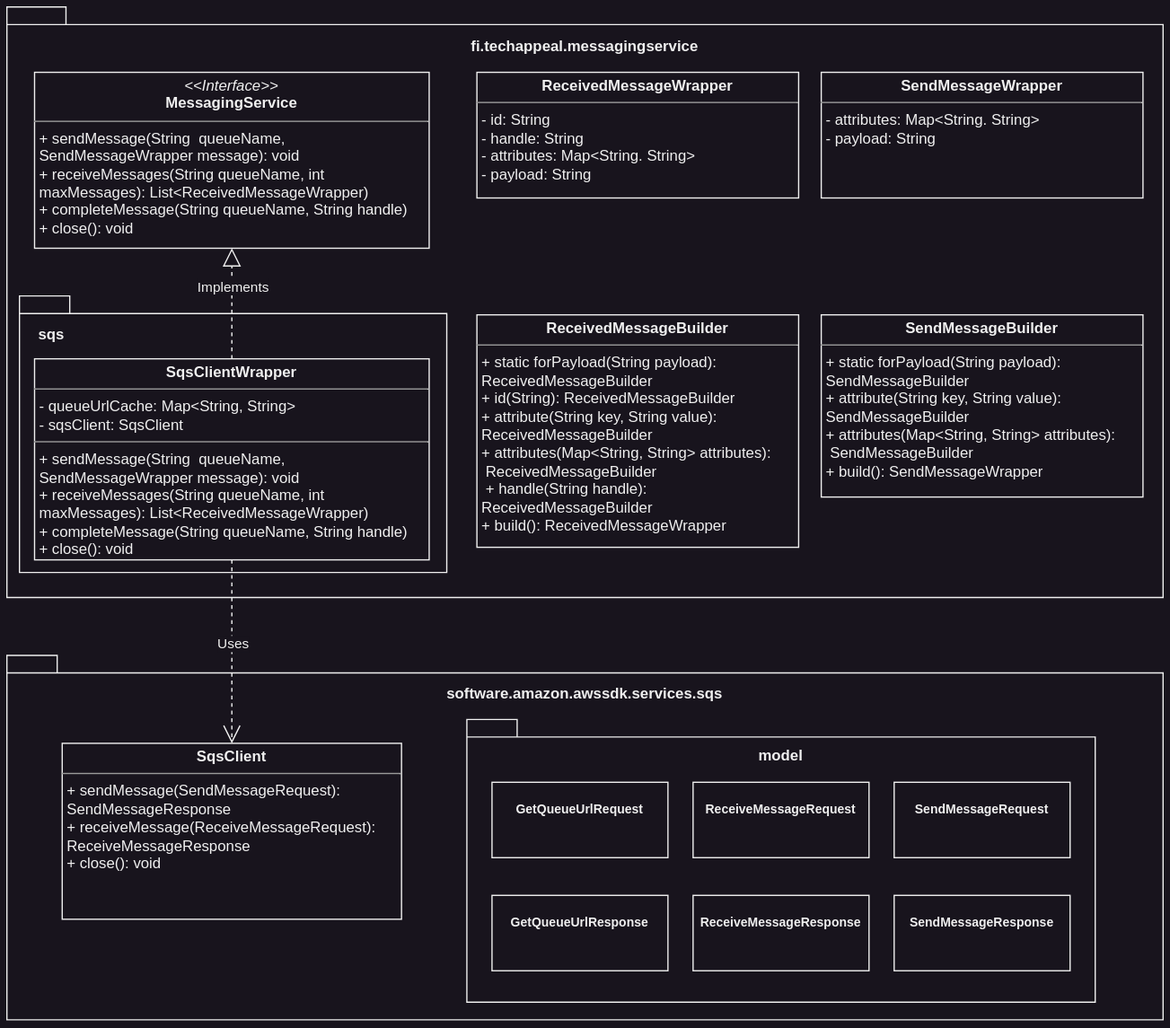
This is assets/class_diagram.svg from lampsa/messaging-service, a draw.io export, as it was before one commit. Source tidied: cells renumbered, new cells last; positions are measured from the earlier drawing's top-left corner, leaving out a move shared by most shapes.
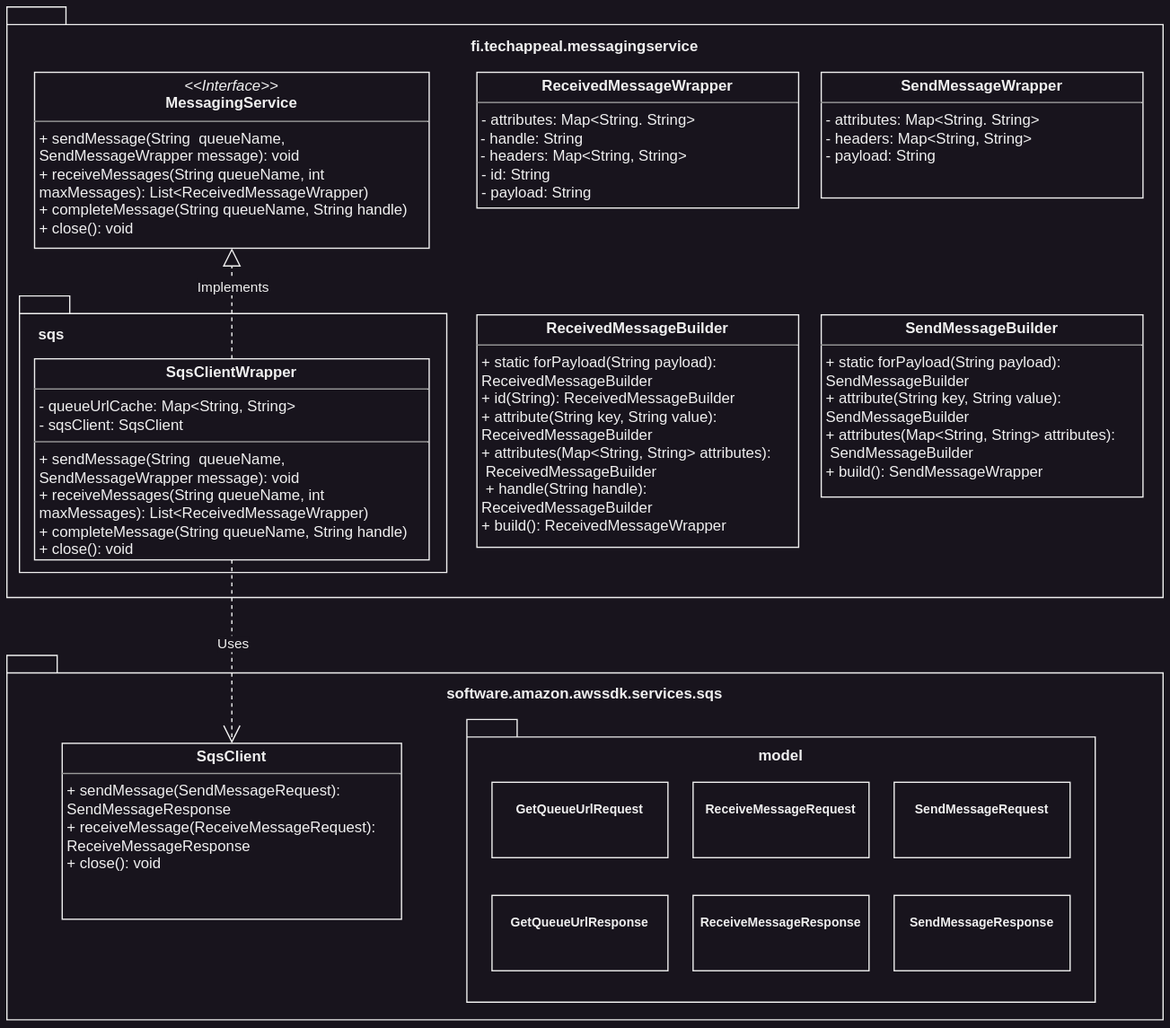
After the change.

Change to the diagram source:
```diff
@@ -35,8 +35,8 @@
     <mxCell id="12" value="&lt;p style=&quot;margin: 4px 0px 0px; text-align: center; font-size: 10px;&quot;&gt;&lt;br style=&quot;font-size: 10px;&quot;&gt;&lt;b style=&quot;font-size: 10px;&quot;&gt;SendMessageResponse&lt;/b&gt;&lt;/p&gt;" style="verticalAlign=top;align=left;overflow=fill;fontSize=10;fontFamily=Helvetica;html=1;whiteSpace=wrap;" parent="1" vertex="1">
       <mxGeometry x="706" y="707" width="140" height="60" as="geometry" />
     </mxCell>
-    <mxCell id="13" value="&lt;p style=&quot;margin:0px;margin-top:4px;text-align:center;&quot;&gt;&lt;b&gt;ReceivedMessageWrapper&lt;/b&gt;&lt;/p&gt;&lt;hr size=&quot;1&quot;&gt;&lt;p style=&quot;margin:0px;margin-left:4px;&quot;&gt;- id: String&lt;/p&gt;&lt;p style=&quot;margin:0px;margin-left:4px;&quot;&gt;- handle: String&lt;/p&gt;&lt;p style=&quot;margin:0px;margin-left:4px;&quot;&gt;- attributes: Map&amp;lt;String. String&amp;gt;&lt;/p&gt;&lt;p style=&quot;margin:0px;margin-left:4px;&quot;&gt;- payload: String&lt;/p&gt;&lt;p style=&quot;margin:0px;margin-left:4px;&quot;&gt;&lt;br&gt;&lt;/p&gt;" style="verticalAlign=top;align=left;overflow=fill;fontSize=12;fontFamily=Helvetica;html=1;whiteSpace=wrap;" parent="1" vertex="1">
-      <mxGeometry x="374" y="52" width="256" height="100" as="geometry" />
+    <mxCell id="13" value="&lt;p style=&quot;margin:0px;margin-top:4px;text-align:center;&quot;&gt;&lt;b&gt;ReceivedMessageWrapper&lt;/b&gt;&lt;/p&gt;&lt;hr size=&quot;1&quot;&gt;&lt;p style=&quot;margin: 0px 0px 0px 4px;&quot;&gt;- attributes: Map&amp;lt;String. String&amp;gt;&lt;/p&gt;&lt;div&gt;&amp;nbsp;- handle: String&lt;br&gt;&lt;/div&gt;&lt;div&gt;&amp;nbsp;- headers: Map&amp;lt;String, String&amp;gt;&lt;/div&gt;&lt;p style=&quot;margin:0px;margin-left:4px;&quot;&gt;- id: String&lt;/p&gt;&lt;p style=&quot;margin:0px;margin-left:4px;&quot;&gt;&lt;span style=&quot;background-color: initial;&quot;&gt;- payload: String&lt;/span&gt;&lt;br&gt;&lt;/p&gt;&lt;p style=&quot;margin:0px;margin-left:4px;&quot;&gt;&lt;br&gt;&lt;/p&gt;" style="verticalAlign=top;align=left;overflow=fill;fontSize=12;fontFamily=Helvetica;html=1;whiteSpace=wrap;" parent="1" vertex="1">
+      <mxGeometry x="374" y="52" width="256" height="108" as="geometry" />
     </mxCell>
     <mxCell id="14" value="sqs" style="shape=folder;fontStyle=1;spacingTop=0;tabWidth=40;tabHeight=14;tabPosition=left;html=1;labelPosition=left;verticalLabelPosition=top;align=right;verticalAlign=bottom;spacingLeft=0;spacingBottom=-38;spacing=0;spacingRight=-35;" parent="1" vertex="1">
       <mxGeometry x="10" y="230" width="340" height="220" as="geometry" />
@@ -58,7 +58,7 @@
     <mxCell id="19" value="&lt;p style=&quot;margin:0px;margin-top:4px;text-align:center;&quot;&gt;&lt;b&gt;SendMessageBuilder&lt;/b&gt;&lt;/p&gt;&lt;hr size=&quot;1&quot;&gt;&lt;p style=&quot;margin: 0px 0px 0px 4px;&quot;&gt;+ static forPayload(String payload):&amp;nbsp;&lt;/p&gt;&lt;p style=&quot;margin:0px;margin-left:4px;&quot;&gt;SendMessageBuilder&lt;br&gt;&lt;/p&gt;&lt;p style=&quot;margin: 0px 0px 0px 4px;&quot;&gt;+ attribute(String key, String value):&amp;nbsp;&lt;/p&gt;&lt;p style=&quot;margin:0px;margin-left:4px;&quot;&gt;SendMessageBuilder&lt;/p&gt;&lt;p style=&quot;margin: 0px 0px 0px 4px;&quot;&gt;+ attributes(Map&amp;lt;String, String&amp;gt; attributes):&amp;nbsp;&lt;/p&gt;&lt;p style=&quot;margin:0px;margin-left:4px;&quot;&gt;&amp;nbsp;SendMessageBuilder&lt;br&gt;&lt;/p&gt;&lt;p style=&quot;margin:0px;margin-left:4px;&quot;&gt;+ build(): SendMessageWrapper&lt;/p&gt;" style="verticalAlign=top;align=left;overflow=fill;fontSize=12;fontFamily=Helvetica;html=1;whiteSpace=wrap;" parent="1" vertex="1">
       <mxGeometry x="648" y="245" width="256" height="145" as="geometry" />
     </mxCell>
-    <mxCell id="20" value="&lt;p style=&quot;margin:0px;margin-top:4px;text-align:center;&quot;&gt;&lt;b&gt;SendMessageWrapper&lt;/b&gt;&lt;/p&gt;&lt;hr size=&quot;1&quot;&gt;&lt;p style=&quot;margin:0px;margin-left:4px;&quot;&gt;&lt;span style=&quot;background-color: initial;&quot;&gt;- attributes: Map&amp;lt;String. String&amp;gt;&lt;/span&gt;&lt;br&gt;&lt;/p&gt;&lt;p style=&quot;margin:0px;margin-left:4px;&quot;&gt;- payload: String&lt;/p&gt;&lt;p style=&quot;margin:0px;margin-left:4px;&quot;&gt;&lt;br&gt;&lt;/p&gt;" style="verticalAlign=top;align=left;overflow=fill;fontSize=12;fontFamily=Helvetica;html=1;whiteSpace=wrap;" parent="1" vertex="1">
+    <mxCell id="20" value="&lt;p style=&quot;margin:0px;margin-top:4px;text-align:center;&quot;&gt;&lt;b&gt;SendMessageWrapper&lt;/b&gt;&lt;/p&gt;&lt;hr size=&quot;1&quot;&gt;&lt;p style=&quot;margin:0px;margin-left:4px;&quot;&gt;&lt;span style=&quot;background-color: initial;&quot;&gt;- attributes: Map&amp;lt;String. String&amp;gt;&lt;/span&gt;&lt;br&gt;&lt;/p&gt;&lt;p style=&quot;margin:0px;margin-left:4px;&quot;&gt;&lt;span style=&quot;background-color: initial;&quot;&gt;- headers: Map&amp;lt;String, String&amp;gt;&lt;/span&gt;&lt;/p&gt;&lt;p style=&quot;margin:0px;margin-left:4px;&quot;&gt;- payload: String&lt;/p&gt;&lt;p style=&quot;margin:0px;margin-left:4px;&quot;&gt;&lt;br&gt;&lt;/p&gt;" style="verticalAlign=top;align=left;overflow=fill;fontSize=12;fontFamily=Helvetica;html=1;whiteSpace=wrap;" parent="1" vertex="1">
       <mxGeometry x="648" y="52" width="256" height="100" as="geometry" />
     </mxCell>
     <mxCell id="21" value="&lt;p style=&quot;margin:0px;margin-top:4px;text-align:center;&quot;&gt;&lt;b&gt;ReceivedMessageBuilder&lt;/b&gt;&lt;/p&gt;&lt;hr size=&quot;1&quot;&gt;&lt;p style=&quot;margin: 0px 0px 0px 4px;&quot;&gt;+ static forPayload(String payload):&amp;nbsp;&lt;/p&gt;&lt;p style=&quot;margin: 0px 0px 0px 4px;&quot;&gt;ReceivedMessageBuilder&lt;/p&gt;&lt;p style=&quot;margin: 0px 0px 0px 4px;&quot;&gt;+ id(String): ReceivedMessageBuilder&lt;/p&gt;&lt;p style=&quot;margin: 0px 0px 0px 4px;&quot;&gt;+ attribute(String key, String value):&amp;nbsp;&lt;/p&gt;&lt;p style=&quot;margin: 0px 0px 0px 4px;&quot;&gt;ReceivedMessageBuilder&lt;/p&gt;&lt;p style=&quot;margin: 0px 0px 0px 4px;&quot;&gt;+ attributes(Map&amp;lt;String, String&amp;gt; attributes):&amp;nbsp;&lt;/p&gt;&lt;p style=&quot;margin: 0px 0px 0px 4px;&quot;&gt;&amp;nbsp;ReceivedMessageBuilder&lt;br&gt;&amp;nbsp;+ handle(String handle): ReceivedMessageBuilder&lt;br&gt;&lt;/p&gt;&lt;p style=&quot;margin: 0px 0px 0px 4px;&quot;&gt;+ build(): ReceivedMessageWrapper&lt;/p&gt;" style="verticalAlign=top;align=left;overflow=fill;fontSize=12;fontFamily=Helvetica;html=1;whiteSpace=wrap;" parent="1" vertex="1">
```
